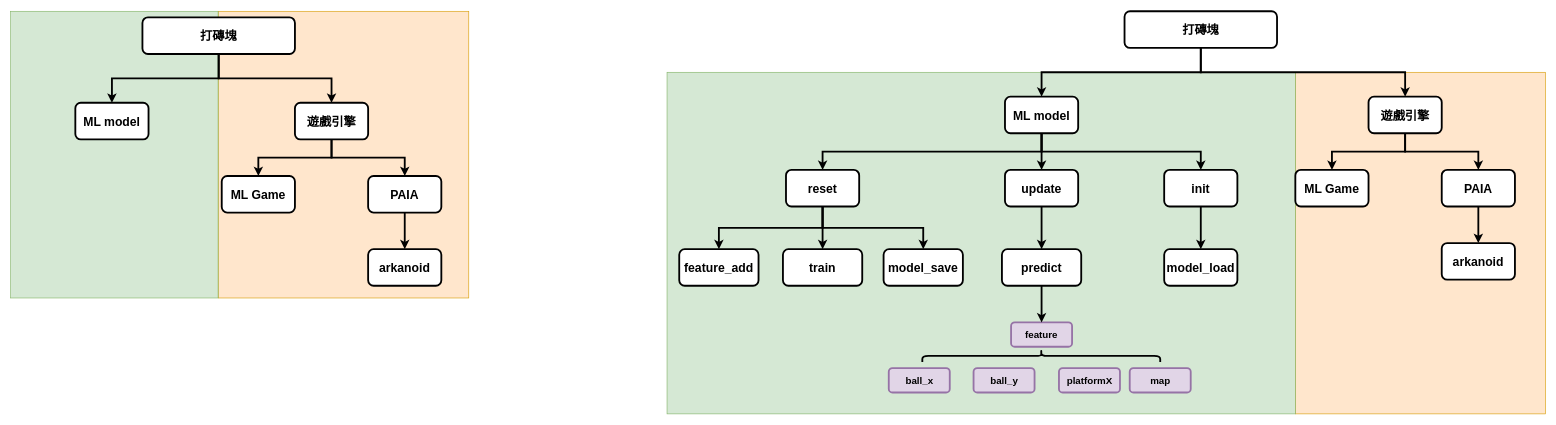
Above: page "Breakdown_v2" (1 of 5) of final_project/Architecture/ML_breakdown.drawio in HOURFA/ML (draw.io), before the change. Source tidied: cells renumbered, new cells numbered last; positions are measured from the earlier drawing's top-left corner, leaving out a move shared by most shapes. Both pictures are drawn from the tidied source at 61%, with x=0, y=0 at pixel (10, 11).
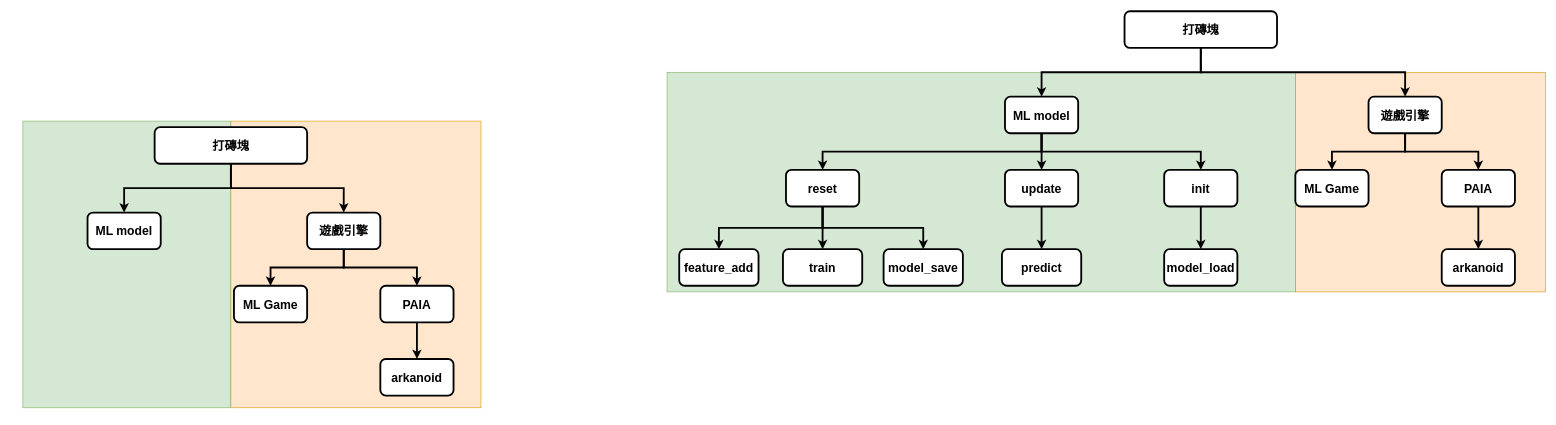
The same diagram, later.

The change refers to these unchanged cells:
```xml
<mxCell id="24" value="predict" style="rounded=1;whiteSpace=wrap;html=1;strokeWidth=3;fontSize=20;fontStyle=1;" parent="1" vertex="1">
  <mxGeometry x="1625" y="390" width="130" height="60" as="geometry" />
</mxCell>
```

Diff of the diagram source:
```diff
@@
     <mxCell id="2" style="rounded=0;whiteSpace=wrap;html=1;fillColor=#ffe6cc;strokeColor=#d79b00;" parent="1" vertex="1">
-      <mxGeometry x="2106" y="100" width="410" height="560" as="geometry" />
+      <mxGeometry x="2106" y="100" width="410" height="360" as="geometry" />
     </mxCell>
     <mxCell id="3" style="rounded=0;whiteSpace=wrap;html=1;fillColor=#d5e8d4;strokeColor=#82b366;" parent="1" vertex="1">
-      <mxGeometry x="1076" y="100" width="1030" height="560" as="geometry" />
+      <mxGeometry x="1076" y="100" width="1030" height="360" as="geometry" />
     </mxCell>
@@
-    <mxCell id="22" value="feature" style="rounded=1;whiteSpace=wrap;html=1;strokeWidth=3;fontSize=16;fontStyle=1;fillColor=#e1d5e7;strokeColor=#9673a6;shadow=0;" parent="1" vertex="1">
-      <mxGeometry x="1640" y="510" width="100" height="40" as="geometry" />
-    </mxCell>
-    <mxCell id="23" style="edgeStyle=orthogonalEdgeStyle;rounded=0;jettySize=auto;html=1;exitX=0.5;exitY=1;exitDx=0;exitDy=0;entryX=0.5;entryY=0;entryDx=0;entryDy=0;fontSize=18;fontColor=#000000;startArrow=none;startFill=0;strokeColor=#000000;strokeWidth=3;" parent="1" edge="1" source="24" target="22">
-      <mxGeometry relative="1" as="geometry" />
-    </mxCell>
@@
-    <mxCell id="28" value="ball_x" style="rounded=1;whiteSpace=wrap;html=1;strokeWidth=3;fontSize=16;fontStyle=1;fillColor=#e1d5e7;strokeColor=#9673a6;shadow=0;" parent="1" vertex="1">
-      <mxGeometry x="1439.5" y="585" width="100" height="40" as="geometry" />
-    </mxCell>
-    <mxCell id="29" value="ball_y" style="rounded=1;whiteSpace=wrap;html=1;strokeWidth=3;fontSize=16;fontStyle=1;fillColor=#e1d5e7;strokeColor=#9673a6;shadow=0;" parent="1" vertex="1">
-      <mxGeometry x="1578.5" y="585" width="100" height="40" as="geometry" />
-    </mxCell>
-    <mxCell id="30" value="platformX" style="rounded=1;whiteSpace=wrap;html=1;strokeWidth=3;fontSize=16;fontStyle=1;fillColor=#e1d5e7;strokeColor=#9673a6;shadow=0;" parent="1" vertex="1">
-      <mxGeometry x="1718.5" y="585" width="100" height="40" as="geometry" />
-    </mxCell>
-    <mxCell id="31" value="map" style="rounded=1;whiteSpace=wrap;html=1;strokeWidth=3;fontSize=16;fontStyle=1;fillColor=#e1d5e7;strokeColor=#9673a6;shadow=0;" parent="1" vertex="1">
-      <mxGeometry x="1834.5" y="585" width="100" height="40" as="geometry" />
-    </mxCell>
-    <mxCell id="32" style="shape=curlyBracket;whiteSpace=wrap;html=1;rounded=1;shadow=0;fontSize=16;strokeWidth=3;rotation=90;" parent="1" vertex="1">
-      <mxGeometry x="1679.5" y="370" width="20" height="390" as="geometry" />
-    </mxCell>
     <mxCell id="33" value="arkanoid" style="rounded=1;whiteSpace=wrap;html=1;strokeWidth=3;fontSize=20;fontStyle=1;" parent="1" vertex="1">
-      <mxGeometry x="2346" y="380" width="120" height="60" as="geometry" />
+      <mxGeometry x="2346" y="390" width="120" height="60" as="geometry" />
     </mxCell>
     <mxCell id="34" style="rounded=0;whiteSpace=wrap;html=1;fillColor=#ffe6cc;strokeColor=#d79b00;" parent="1" vertex="1">
-      <mxGeometry x="341" width="410" height="470" as="geometry" />
+      <mxGeometry x="361" y="180" width="410" height="470" as="geometry" />
     </mxCell>
     <mxCell id="35" style="rounded=0;whiteSpace=wrap;html=1;fillColor=#d5e8d4;strokeColor=#82b366;" parent="1" vertex="1">
-      <mxGeometry width="340" height="470" as="geometry" />
+      <mxGeometry x="20" y="180" width="340" height="470" as="geometry" />
     </mxCell>
@@
     <mxCell id="38" value="打磚塊" style="rounded=1;whiteSpace=wrap;html=1;strokeWidth=3;fontSize=20;fontStyle=1;" parent="1" vertex="1">
-      <mxGeometry x="216" y="10" width="250" height="60" as="geometry" />
+      <mxGeometry x="236" y="190" width="250" height="60" as="geometry" />
     </mxCell>
     <mxCell id="39" value="ML model" style="rounded=1;whiteSpace=wrap;html=1;strokeWidth=3;fontSize=20;fontStyle=1;" parent="1" vertex="1">
-      <mxGeometry x="106" y="150" width="120" height="60" as="geometry" />
+      <mxGeometry x="126" y="330" width="120" height="60" as="geometry" />
     </mxCell>
@@
     <mxCell id="42" value="遊戲引擎" style="rounded=1;whiteSpace=wrap;html=1;strokeWidth=3;fontSize=20;fontStyle=1;" parent="1" vertex="1">
-      <mxGeometry x="466" y="150" width="120" height="60" as="geometry" />
+      <mxGeometry x="486" y="330" width="120" height="60" as="geometry" />
     </mxCell>
     <mxCell id="43" value="ML Game" style="rounded=1;whiteSpace=wrap;html=1;strokeWidth=3;fontSize=20;fontStyle=1;" parent="1" vertex="1">
-      <mxGeometry x="346" y="270" width="120" height="60" as="geometry" />
+      <mxGeometry x="366" y="450" width="120" height="60" as="geometry" />
     </mxCell>
@@
     <mxCell id="45" value="PAIA" style="rounded=1;whiteSpace=wrap;html=1;strokeWidth=3;fontSize=20;fontStyle=1;" parent="1" vertex="1">
-      <mxGeometry x="586" y="270" width="120" height="60" as="geometry" />
+      <mxGeometry x="606" y="450" width="120" height="60" as="geometry" />
     </mxCell>
     <mxCell id="46" value="arkanoid" style="rounded=1;whiteSpace=wrap;html=1;strokeWidth=3;fontSize=20;fontStyle=1;" parent="1" vertex="1">
-      <mxGeometry x="586" y="390" width="120" height="60" as="geometry" />
+      <mxGeometry x="606" y="570" width="120" height="60" as="geometry" />
     </mxCell>
```
